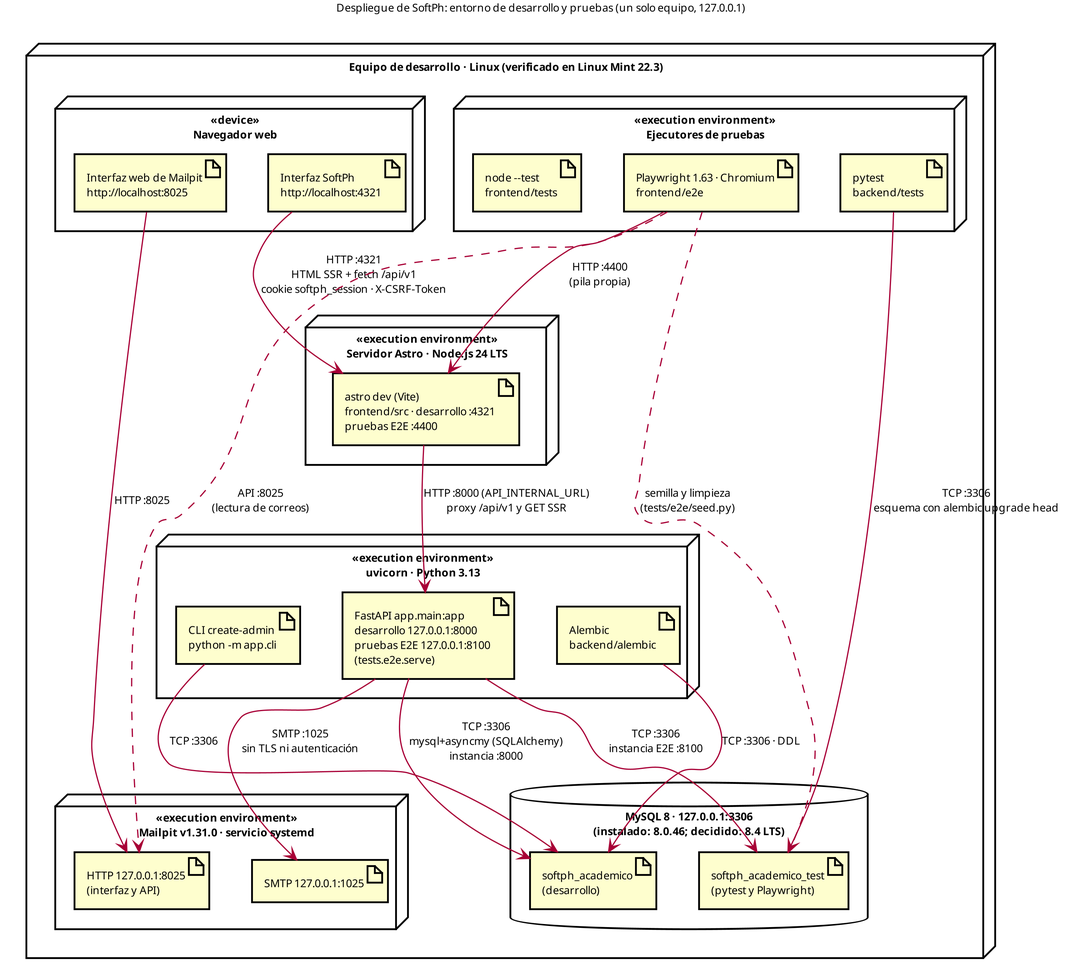
Earlier version of the PlantUML export docs/entrega-objetivos/arquitectura/despliegue.png (yilberDev/SoftPh-Academico). Its source is kept beside it as docs/entrega-objetivos/arquitectura/despliegue.puml. Source of this version:
```plantuml
@startuml
skinparam dpi 300
skinparam shadowing false
skinparam defaultFontName Helvetica
skinparam defaultFontSize 9
top to bottom direction

title Despliegue de SoftPh: entorno de desarrollo y pruebas (un solo equipo, 127.0.0.1)

node "Equipo de desarrollo · Linux (verificado en Linux Mint 22.3)" as host {

  node "«device»\nNavegador web" as browser {
    artifact "Interfaz SoftPh\nhttp://localhost:4321" as ui
    artifact "Interfaz web de Mailpit\nhttp://localhost:8025" as mailui
  }

  node "«execution environment»\nServidor Astro · Node.js 24 LTS" as astro {
    artifact "astro dev (Vite)\nfrontend/src · desarrollo :4321\npruebas E2E :4400" as astroapp
  }

  node "«execution environment»\nuvicorn · Python 3.13" as uvicorn {
    artifact "FastAPI app.main:app\ndesarrollo 127.0.0.1:8000\npruebas E2E 127.0.0.1:8100\n(tests.e2e.serve)" as api
    artifact "Alembic\nbackend/alembic" as alembic
    artifact "CLI create-admin\npython -m app.cli" as cli
  }

  database "MySQL 8 · 127.0.0.1:3306\n(instalado: 8.0.46; decidido: 8.4 LTS)" as mysql {
    artifact "softph_academico\n(desarrollo)" as devdb
    artifact "softph_academico_test\n(pytest y Playwright)" as testdb
  }

  node "«execution environment»\nMailpit v1.31.0 · servicio systemd" as mailpit {
    artifact "SMTP 127.0.0.1:1025" as smtp
    artifact "HTTP 127.0.0.1:8025\n(interfaz y API)" as mailhttp
  }

  node "«execution environment»\nEjecutores de pruebas" as runners {
    artifact "pytest\nbackend/tests" as pytest
    artifact "Playwright 1.63 · Chromium\nfrontend/e2e" as playwright
    artifact "node --test\nfrontend/tests" as nodetest
  }
}

ui --> astroapp : "HTTP :4321\nHTML SSR + fetch /api/v1\ncookie softph_session · X-CSRF-Token"
astroapp --> api : "HTTP :8000 (API_INTERNAL_URL)\nproxy /api/v1 y GET SSR"
api --> devdb : "TCP :3306\nmysql+asyncmy (SQLAlchemy)\ninstancia :8000"
api --> testdb : "TCP :3306\ninstancia E2E :8100"
alembic --> devdb : "TCP :3306 · DDL"
cli --> devdb : "TCP :3306"
api --> smtp : "SMTP :1025\nsin TLS ni autenticación"
mailui --> mailhttp : "HTTP :8025"
pytest --> testdb : "TCP :3306\nesquema con alembic upgrade head"
playwright --> astroapp : "HTTP :4400\n(pila propia)"
playwright ..> testdb : "semilla y limpieza\n(tests/e2e/seed.py)"
playwright ..> mailhttp : "API :8025\n(lectura de correos)"
@enduml
```
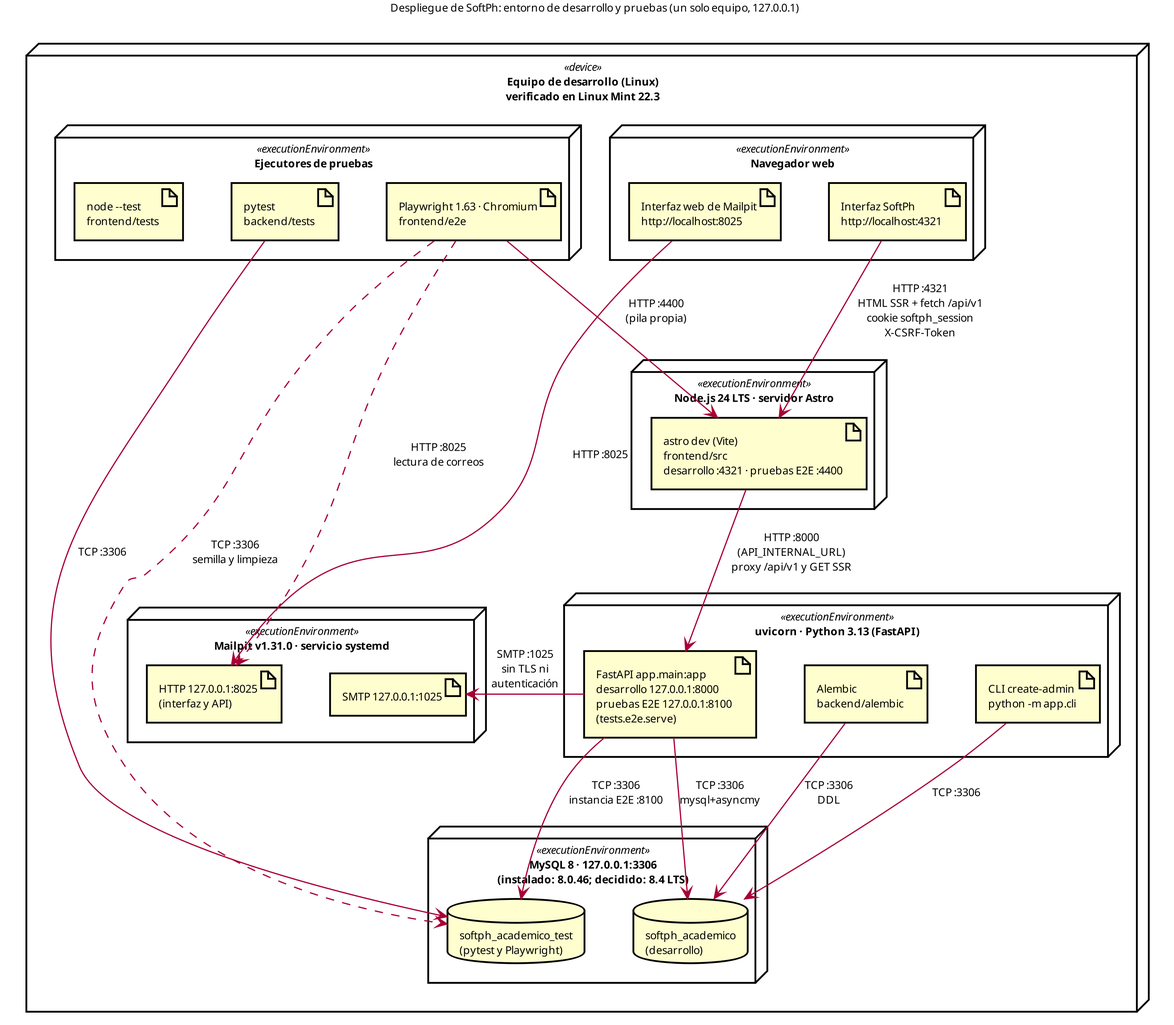
The same diagram one commit later.

What changed in the source:
```diff
@@ -3,54 +3,56 @@
 skinparam shadowing false
 skinparam defaultFontName Helvetica
 skinparam defaultFontSize 9
+skinparam nodesep 40
+skinparam ranksep 55
 top to bottom direction
 
 title Despliegue de SoftPh: entorno de desarrollo y pruebas (un solo equipo, 127.0.0.1)
 
-node "Equipo de desarrollo · Linux (verificado en Linux Mint 22.3)" as host {
+node "Equipo de desarrollo (Linux)\nverificado en Linux Mint 22.3" <<device>> as host {
 
-  node "«device»\nNavegador web" as browser {
+  node "Navegador web" <<executionEnvironment>> as browser {
     artifact "Interfaz SoftPh\nhttp://localhost:4321" as ui
     artifact "Interfaz web de Mailpit\nhttp://localhost:8025" as mailui
   }
 
-  node "«execution environment»\nServidor Astro · Node.js 24 LTS" as astro {
-    artifact "astro dev (Vite)\nfrontend/src · desarrollo :4321\npruebas E2E :4400" as astroapp
+  node "Ejecutores de pruebas" <<executionEnvironment>> as runners {
+    artifact "pytest\nbackend/tests" as pytest
+    artifact "Playwright 1.63 · Chromium\nfrontend/e2e" as playwright
+    artifact "node --test\nfrontend/tests" as nodetest
   }
 
-  node "«execution environment»\nuvicorn · Python 3.13" as uvicorn {
+  node "Node.js 24 LTS · servidor Astro" <<executionEnvironment>> as astro {
+    artifact "astro dev (Vite)\nfrontend/src\ndesarrollo :4321 · pruebas E2E :4400" as astroapp
+  }
+
+  node "uvicorn · Python 3.13 (FastAPI)" <<executionEnvironment>> as uvicorn {
     artifact "FastAPI app.main:app\ndesarrollo 127.0.0.1:8000\npruebas E2E 127.0.0.1:8100\n(tests.e2e.serve)" as api
     artifact "Alembic\nbackend/alembic" as alembic
     artifact "CLI create-admin\npython -m app.cli" as cli
   }
 
-  database "MySQL 8 · 127.0.0.1:3306\n(instalado: 8.0.46; decidido: 8.4 LTS)" as mysql {
-    artifact "softph_academico\n(desarrollo)" as devdb
-    artifact "softph_academico_test\n(pytest y Playwright)" as testdb
+  node "MySQL 8 · 127.0.0.1:3306\n(instalado: 8.0.46; decidido: 8.4 LTS)" <<executionEnvironment>> as mysql {
+    database "softph_academico\n(desarrollo)" as devdb
+    database "softph_academico_test\n(pytest y Playwright)" as testdb
   }
 
-  node "«execution environment»\nMailpit v1.31.0 · servicio systemd" as mailpit {
+  node "Mailpit v1.31.0 · servicio systemd" <<executionEnvironment>> as mailpit {
     artifact "SMTP 127.0.0.1:1025" as smtp
     artifact "HTTP 127.0.0.1:8025\n(interfaz y API)" as mailhttp
   }
-
-  node "«execution environment»\nEjecutores de pruebas" as runners {
-    artifact "pytest\nbackend/tests" as pytest
-    artifact "Playwright 1.63 · Chromium\nfrontend/e2e" as playwright
-    artifact "node --test\nfrontend/tests" as nodetest
-  }
 }
 
-ui --> astroapp : "HTTP :4321\nHTML SSR + fetch /api/v1\ncookie softph_session · X-CSRF-Token"
-astroapp --> api : "HTTP :8000 (API_INTERNAL_URL)\nproxy /api/v1 y GET SSR"
-api --> devdb : "TCP :3306\nmysql+asyncmy (SQLAlchemy)\ninstancia :8000"
+ui --> astroapp : "HTTP :4321\nHTML SSR + fetch /api/v1\ncookie softph_session\nX-CSRF-Token"
+playwright --> astroapp : "HTTP :4400\n(pila propia)"
+astroapp --> api : "HTTP :8000\n(API_INTERNAL_URL)\nproxy /api/v1 y GET SSR"
+api -right-> smtp : "SMTP :1025\nsin TLS ni\nautenticación"
+mailui --> mailhttp : "HTTP :8025"
+playwright ..> mailhttp : "HTTP :8025\nlectura de correos"
+api --> devdb : "TCP :3306\nmysql+asyncmy"
 api --> testdb : "TCP :3306\ninstancia E2E :8100"
-alembic --> devdb : "TCP :3306 · DDL"
+alembic --> devdb : "TCP :3306\nDDL"
 cli --> devdb : "TCP :3306"
-api --> smtp : "SMTP :1025\nsin TLS ni autenticación"
-mailui --> mailhttp : "HTTP :8025"
-pytest --> testdb : "TCP :3306\nesquema con alembic upgrade head"
-playwright --> astroapp : "HTTP :4400\n(pila propia)"
-playwright ..> testdb : "semilla y limpieza\n(tests/e2e/seed.py)"
-playwright ..> mailhttp : "API :8025\n(lectura de correos)"
+pytest --> testdb : "TCP :3306"
+playwright ..> testdb : "TCP :3306\nsemilla y limpieza"
 @enduml
```
